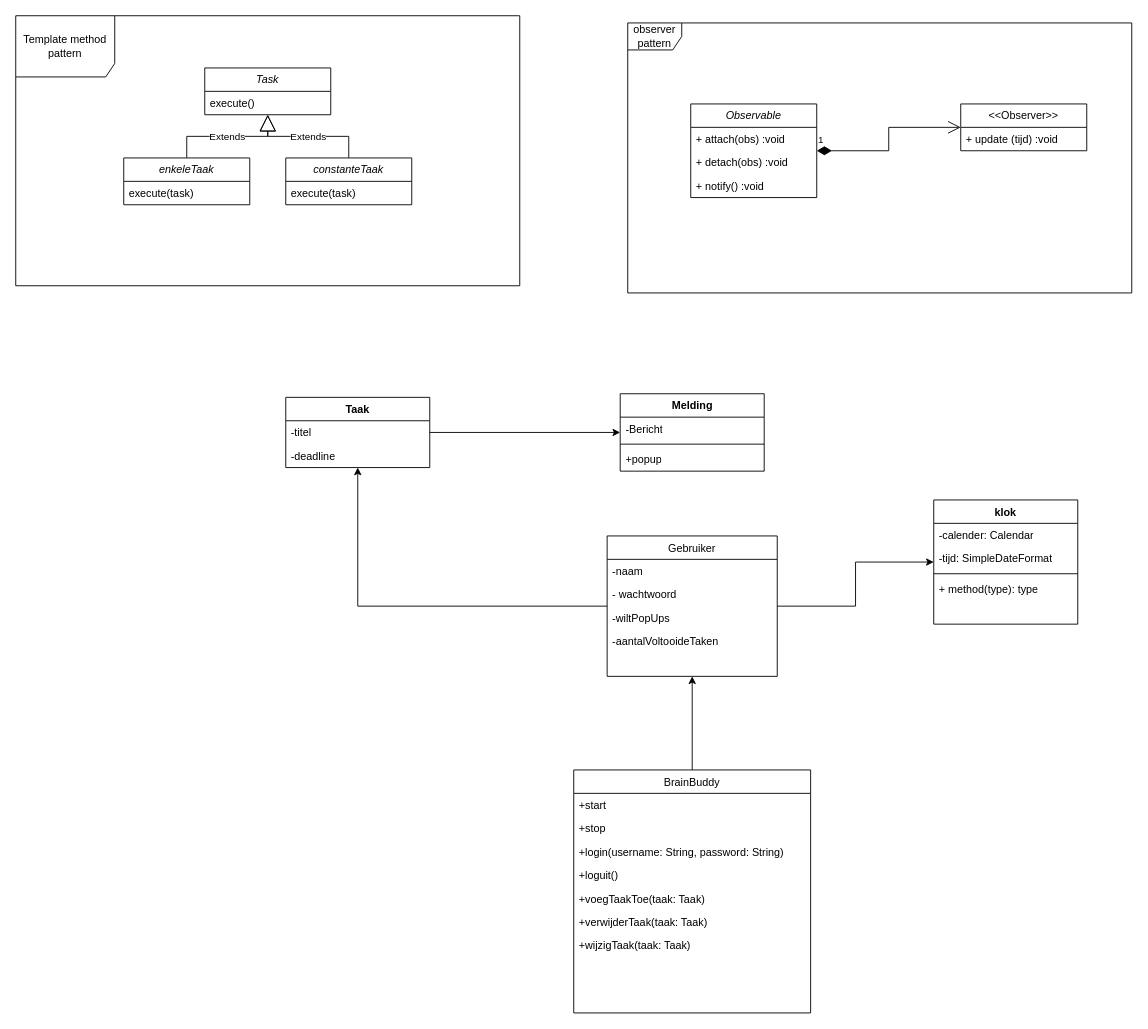
Earlier version of the draw.io diagram OPT3-2023/documentation/Untitled Diagram.drawio (jipiekaye/OPT3-2023). Source tidied: cells renumbered, new cells numbered last; positions are measured from the earlier drawing's top-left corner, leaving out a move shared by most shapes. Both pictures are drawn from the tidied source at 90%, with x=0, y=0 at pixel (15, 15).
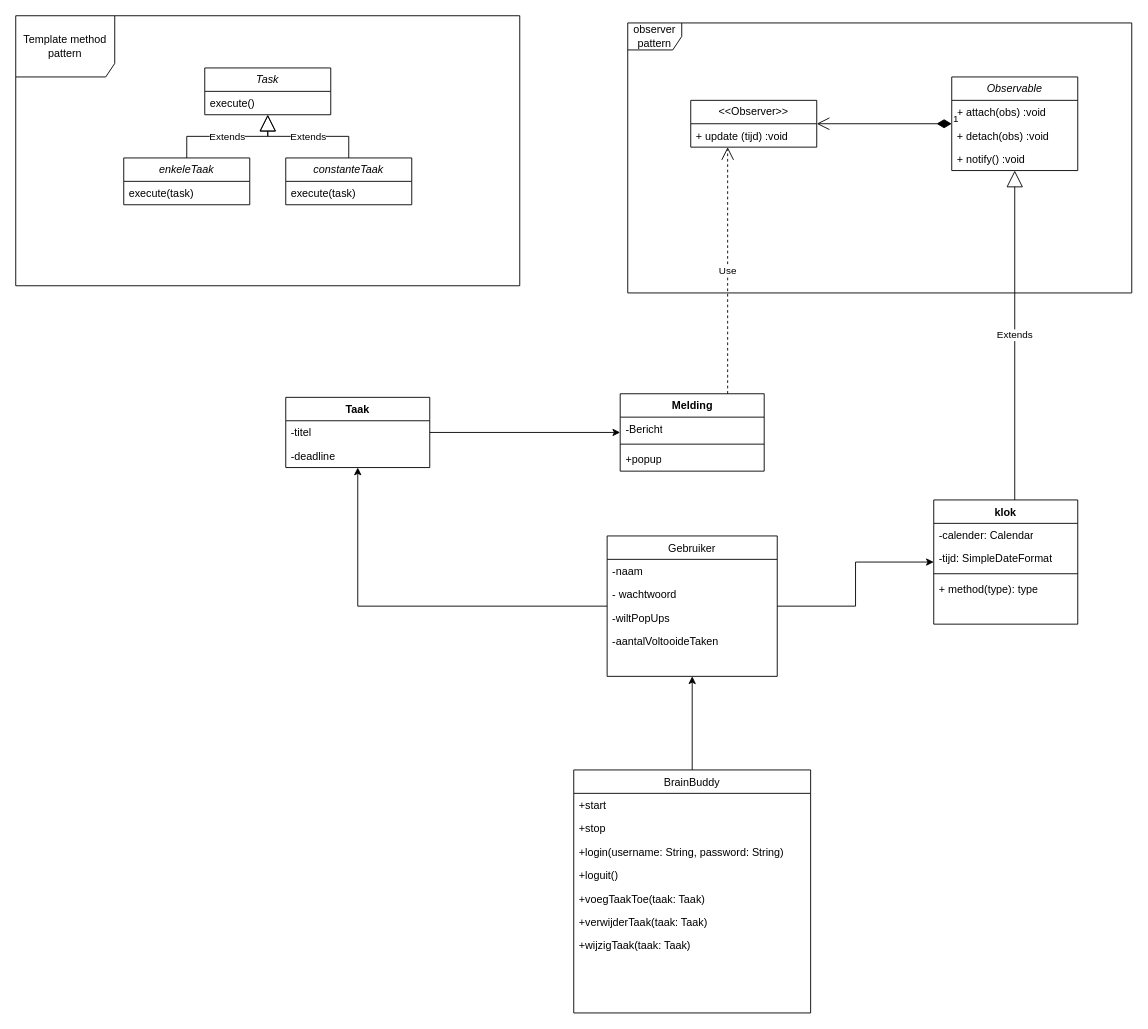
After the change.

Unchanged cells that the change refers to:
```xml
<mxCell id="11" value="Melding" style="swimlane;fontStyle=1;align=center;verticalAlign=top;horizontal=1;startSize=26;whiteSpace=wrap;html=1;" parent="1" vertex="1">
  <mxGeometry x="671.6" y="420" width="160" height="86" as="geometry" />
</mxCell>
<mxCell id="46" value="klok" style="swimlane;fontStyle=1;align=center;verticalAlign=top;horizontal=1;startSize=26;whiteSpace=wrap;html=1;" parent="1" vertex="1">
  <mxGeometry x="1020" y="538" width="160" height="138" as="geometry" />
</mxCell>
```

The edit, as a diff of the source:
```diff
@@
     <mxCell id="28" value="&amp;lt;&amp;lt;Observer&amp;gt;&amp;gt;" style="swimlane;fontStyle=0;horizontal=1;startSize=26;fillColor=none;whiteSpace=wrap;html=1;" parent="1" vertex="1">
-      <mxGeometry x="1050" y="98" width="140" height="52" as="geometry" />
+      <mxGeometry x="750" y="94" width="140" height="52" as="geometry" />
     </mxCell>
@@
     <mxCell id="30" value="&lt;i&gt;Observable&lt;/i&gt;" style="swimlane;fontStyle=0;horizontal=1;startSize=26;fillColor=none;whiteSpace=wrap;html=1;" parent="1" vertex="1">
-      <mxGeometry x="750" y="98" width="140" height="104" as="geometry" />
+      <mxGeometry x="1040" y="68" width="140" height="104" as="geometry" />
     </mxCell>
@@
+    <mxCell id="52" value="Use" style="endArrow=open;endSize=12;dashed=1;html=1;rounded=0;edgeStyle=elbowEdgeStyle;" parent="1" edge="1" source="11" target="28">
+      <mxGeometry relative="1" as="geometry" />
+    </mxCell>
+    <mxCell id="53" value="Extends" style="endArrow=block;endSize=16;endFill=0;html=1;rounded=0;edgeStyle=elbowEdgeStyle;" parent="1" edge="1" source="46" target="30">
+      <mxGeometry relative="1" as="geometry" />
+    </mxCell>
```
